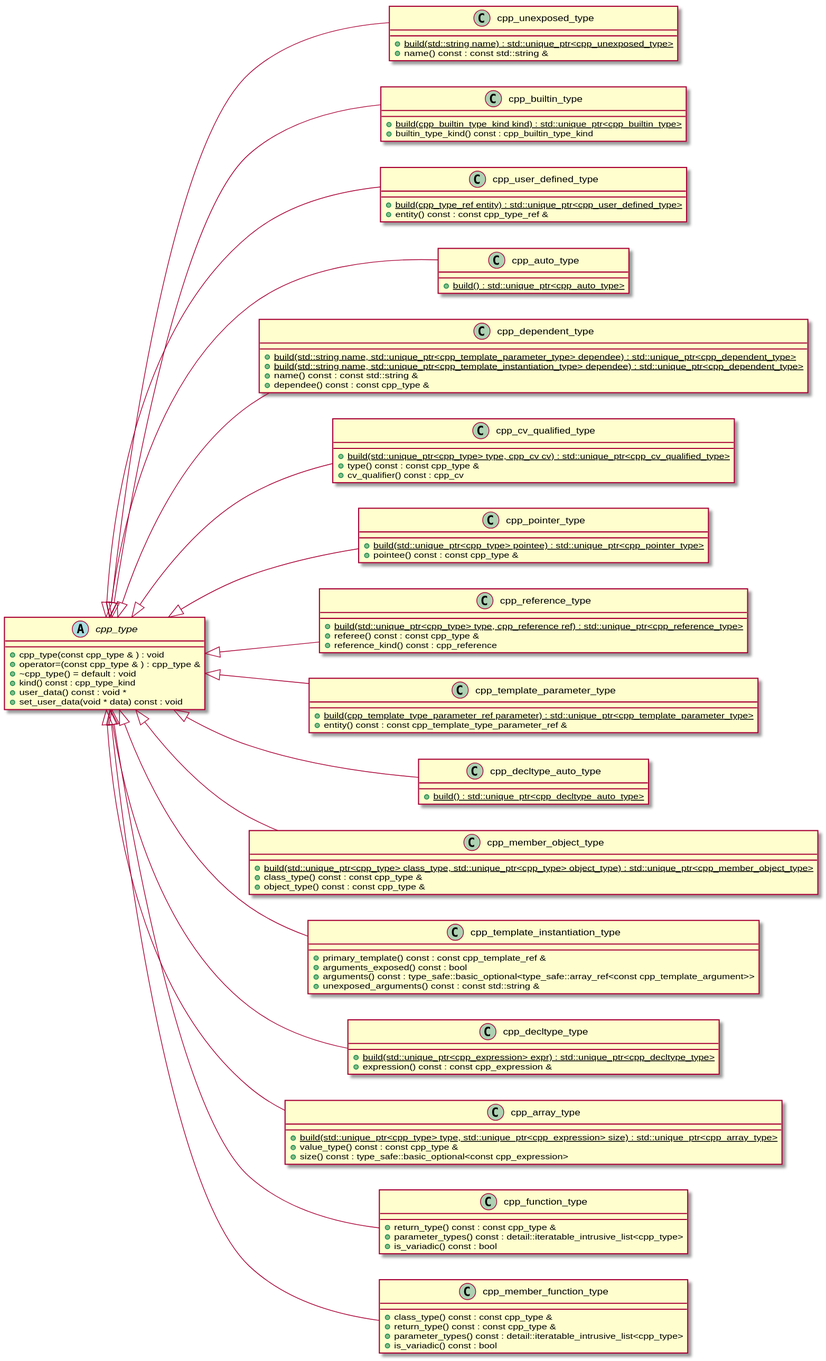
bkryza/clang-uml-examples keeps this PlantUML diagram as cppast/puml/cpp_type_class_hierarchy_full_diagram.svg. Above is the earlier version.
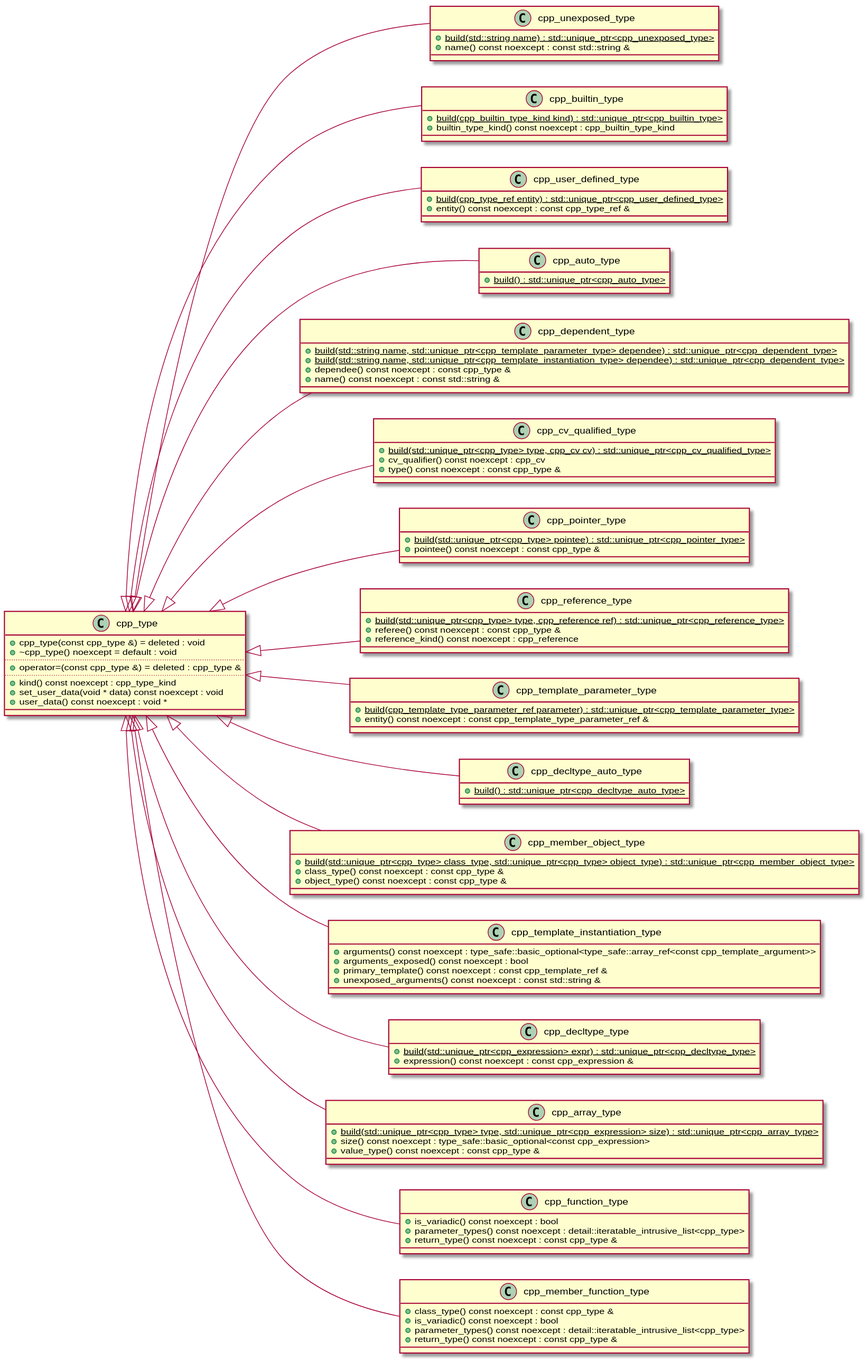
The same diagram one commit later.

Change to the diagram source:
```diff
@@ -1,102 +1,121 @@
 @startuml
 left to right direction
-abstract "cpp_type" as C_0001585653041236922459
-abstract C_0001585653041236922459 [[https://github.com/foonathan/cppast/blob/f00df6675d87c6983033d270728c57a55cd3db22/include/cppast/cpp_type.hpp#L44{cpp_type}]] {
-+cpp_type(const cpp_type & ) : void
-+operator=(const cpp_type & ) : cpp_type &
-+~cpp_type() = default : void
-+kind() const : cpp_type_kind
-+user_data() const : void *
-+set_user_data(void * data) const : void
+class "cpp_type" as C_0001585653041236922459
+class C_0001585653041236922459 [[https://github.com/foonathan/cppast/blob/f00df6675d87c6983033d270728c57a55cd3db22/include/cppast/cpp_type.hpp#L44{cpp_type}]] {
++cpp_type(const cpp_type &) = deleted : void
++~cpp_type() noexcept = default : void
+..
++operator=(const cpp_type &) = deleted : cpp_type &
+..
++kind() const noexcept : cpp_type_kind
++set_user_data(void * data) const noexcept : void
++user_data() const noexcept : void *
+__
 }
 class "cpp_unexposed_type" as C_0000601730303705395408
 class C_0000601730303705395408 [[https://github.com/foonathan/cppast/blob/f00df6675d87c6983033d270728c57a55cd3db22/include/cppast/cpp_type.hpp#L95{cpp_unexposed_type}]] {
 {static} +build(std::string name) : std::unique_ptr<cpp_unexposed_type>
-+name() const : const std::string &
++name() const noexcept : const std::string &
+__
 }
 class "cpp_builtin_type" as C_0002035785082080260407
 class C_0002035785082080260407 [[https://github.com/foonathan/cppast/blob/f00df6675d87c6983033d270728c57a55cd3db22/include/cppast/cpp_type.hpp#L161{cpp_builtin_type}]] {
 {static} +build(cpp_builtin_type_kind kind) : std::unique_ptr<cpp_builtin_type>
-+builtin_type_kind() const : cpp_builtin_type_kind
++builtin_type_kind() const noexcept : cpp_builtin_type_kind
+__
 }
 class "cpp_user_defined_type" as C_0002166954434825938188
 class C_0002166954434825938188 [[https://github.com/foonathan/cppast/blob/f00df6675d87c6983033d270728c57a55cd3db22/include/cppast/cpp_type.hpp#L202{cpp_user_defined_type}]] {
 {static} +build(cpp_type_ref entity) : std::unique_ptr<cpp_user_defined_type>
-+entity() const : const cpp_type_ref &
++entity() const noexcept : const cpp_type_ref &
+__
 }
 class "cpp_auto_type" as C_0001809003368459807767
 class C_0001809003368459807767 [[https://github.com/foonathan/cppast/blob/f00df6675d87c6983033d270728c57a55cd3db22/include/cppast/cpp_type.hpp#L230{cpp_auto_type}]] {
 {static} +build() : std::unique_ptr<cpp_auto_type>
+__
 }
 class "cpp_dependent_type" as C_0000507998479194737071
 class C_0000507998479194737071 [[https://github.com/foonathan/cppast/blob/f00df6675d87c6983033d270728c57a55cd3db22/include/cppast/cpp_type.hpp#L249{cpp_dependent_type}]] {
 {static} +build(std::string name, std::unique_ptr<cpp_template_parameter_type> dependee) : std::unique_ptr<cpp_dependent_type>
 {static} +build(std::string name, std::unique_ptr<cpp_template_instantiation_type> dependee) : std::unique_ptr<cpp_dependent_type>
-+name() const : const std::string &
-+dependee() const : const cpp_type &
++dependee() const noexcept : const cpp_type &
++name() const noexcept : const std::string &
+__
 }
 class "cpp_cv_qualified_type" as C_0000342846994454958214
 class C_0000342846994454958214 [[https://github.com/foonathan/cppast/blob/f00df6675d87c6983033d270728c57a55cd3db22/include/cppast/cpp_type.hpp#L311{cpp_cv_qualified_type}]] {
 {static} +build(std::unique_ptr<cpp_type> type, cpp_cv cv) : std::unique_ptr<cpp_cv_qualified_type>
-+type() const : const cpp_type &
-+cv_qualifier() const : cpp_cv
++cv_qualifier() const noexcept : cpp_cv
++type() const noexcept : const cpp_type &
+__
 }
 class "cpp_pointer_type" as C_0000861535705589766807
 class C_0000861535705589766807 [[https://github.com/foonathan/cppast/blob/f00df6675d87c6983033d270728c57a55cd3db22/include/cppast/cpp_type.hpp#L359{cpp_pointer_type}]] {
 {static} +build(std::unique_ptr<cpp_type> pointee) : std::unique_ptr<cpp_pointer_type>
-+pointee() const : const cpp_type &
++pointee() const noexcept : const cpp_type &
+__
 }
 class "cpp_reference_type" as C_0000600573949475383075
 class C_0000600573949475383075 [[https://github.com/foonathan/cppast/blob/f00df6675d87c6983033d270728c57a55cd3db22/include/cppast/cpp_type.hpp#L394{cpp_reference_type}]] {
 {static} +build(std::unique_ptr<cpp_type> type, cpp_reference ref) : std::unique_ptr<cpp_reference_type>
-+referee() const : const cpp_type &
-+reference_kind() const : cpp_reference
++referee() const noexcept : const cpp_type &
++reference_kind() const noexcept : cpp_reference
+__
 }
 class "cpp_template_parameter_type" as C_0002158322113857881673
 class C_0002158322113857881673 [[https://github.com/foonathan/cppast/blob/f00df6675d87c6983033d270728c57a55cd3db22/include/cppast/cpp_template_parameter.hpp#L106{cpp_template_parameter_type}]] {
 {static} +build(cpp_template_type_parameter_ref parameter) : std::unique_ptr<cpp_template_parameter_type>
-+entity() const : const cpp_template_type_parameter_ref &
++entity() const noexcept : const cpp_template_type_parameter_ref &
+__
 }
 class "cpp_decltype_auto_type" as C_0000026248340214462662
 class C_0000026248340214462662 [[https://github.com/foonathan/cppast/blob/f00df6675d87c6983033d270728c57a55cd3db22/include/cppast/cppast_fwd.hpp#L27{cpp_decltype_auto_type}]] {
 {static} +build() : std::unique_ptr<cpp_decltype_auto_type>
+__
 }
 class "cpp_member_object_type" as C_0000603633382993980808
 class C_0000603633382993980808 [[https://github.com/foonathan/cppast/blob/f00df6675d87c6983033d270728c57a55cd3db22/include/cppast/cppast_fwd.hpp#L53{cpp_member_object_type}]] {
 {static} +build(std::unique_ptr<cpp_type> class_type, std::unique_ptr<cpp_type> object_type) : std::unique_ptr<cpp_member_object_type>
-+class_type() const : const cpp_type &
-+object_type() const : const cpp_type &
++class_type() const noexcept : const cpp_type &
++object_type() const noexcept : const cpp_type &
+__
 }
 class "cpp_template_instantiation_type" as C_0001009421424714355715
 class C_0001009421424714355715 [[https://github.com/foonathan/cppast/blob/f00df6675d87c6983033d270728c57a55cd3db22/include/cppast/cppast_fwd.hpp#L63{cpp_template_instantiation_type}]] {
-+primary_template() const : const cpp_template_ref &
-+arguments_exposed() const : bool
-+arguments() const : type_safe::basic_optional<type_safe::array_ref<const cpp_template_argument>>
-+unexposed_arguments() const : const std::string &
++arguments() const noexcept : type_safe::basic_optional<type_safe::array_ref<const cpp_template_argument>>
++arguments_exposed() const noexcept : bool
++primary_template() const noexcept : const cpp_template_ref &
++unexposed_arguments() const noexcept : const std::string &
+__
 }
 class "cpp_decltype_type" as C_0001184982835175222056
 class C_0001184982835175222056 [[https://github.com/foonathan/cppast/blob/f00df6675d87c6983033d270728c57a55cd3db22/include/cppast/cppast_fwd.hpp#L28{cpp_decltype_type}]] {
 {static} +build(std::unique_ptr<cpp_expression> expr) : std::unique_ptr<cpp_decltype_type>
-+expression() const : const cpp_expression &
++expression() const noexcept : const cpp_expression &
+__
 }
 class "cpp_array_type" as C_0001347498727659770075
 class C_0001347498727659770075 [[https://github.com/foonathan/cppast/blob/f00df6675d87c6983033d270728c57a55cd3db22/include/cppast/cppast_fwd.hpp#L14{cpp_array_type}]] {
 {static} +build(std::unique_ptr<cpp_type> type, std::unique_ptr<cpp_expression> size) : std::unique_ptr<cpp_array_type>
-+value_type() const : const cpp_type &
-+size() const : type_safe::basic_optional<const cpp_expression>
++size() const noexcept : type_safe::basic_optional<const cpp_expression>
++value_type() const noexcept : const cpp_type &
+__
 }
 class "cpp_function_type" as C_0001455852309215570565
 class C_0001455852309215570565 [[https://github.com/foonathan/cppast/blob/f00df6675d87c6983033d270728c57a55cd3db22/include/cppast/cppast_fwd.hpp#L44{cpp_function_type}]] {
-+return_type() const : const cpp_type &
-+parameter_types() const : detail::iteratable_intrusive_list<cpp_type>
-+is_variadic() const : bool
++is_variadic() const noexcept : bool
++parameter_types() const noexcept : detail::iteratable_intrusive_list<cpp_type>
++return_type() const noexcept : const cpp_type &
+__
 }
 class "cpp_member_function_type" as C_0001956941679276907326
 class C_0001956941679276907326 [[https://github.com/foonathan/cppast/blob/f00df6675d87c6983033d270728c57a55cd3db22/include/cppast/cppast_fwd.hpp#L52{cpp_member_function_type}]] {
-+class_type() const : const cpp_type &
-+return_type() const : const cpp_type &
-+parameter_types() const : detail::iteratable_intrusive_list<cpp_type>
-+is_variadic() const : bool
++class_type() const noexcept : const cpp_type &
++is_variadic() const noexcept : bool
++parameter_types() const noexcept : detail::iteratable_intrusive_list<cpp_type>
++return_type() const noexcept : const cpp_type &
+__
 }
 C_0001585653041236922459 <|-- C_0000601730303705395408
 C_0001585653041236922459 <|-- C_0002035785082080260407
```
